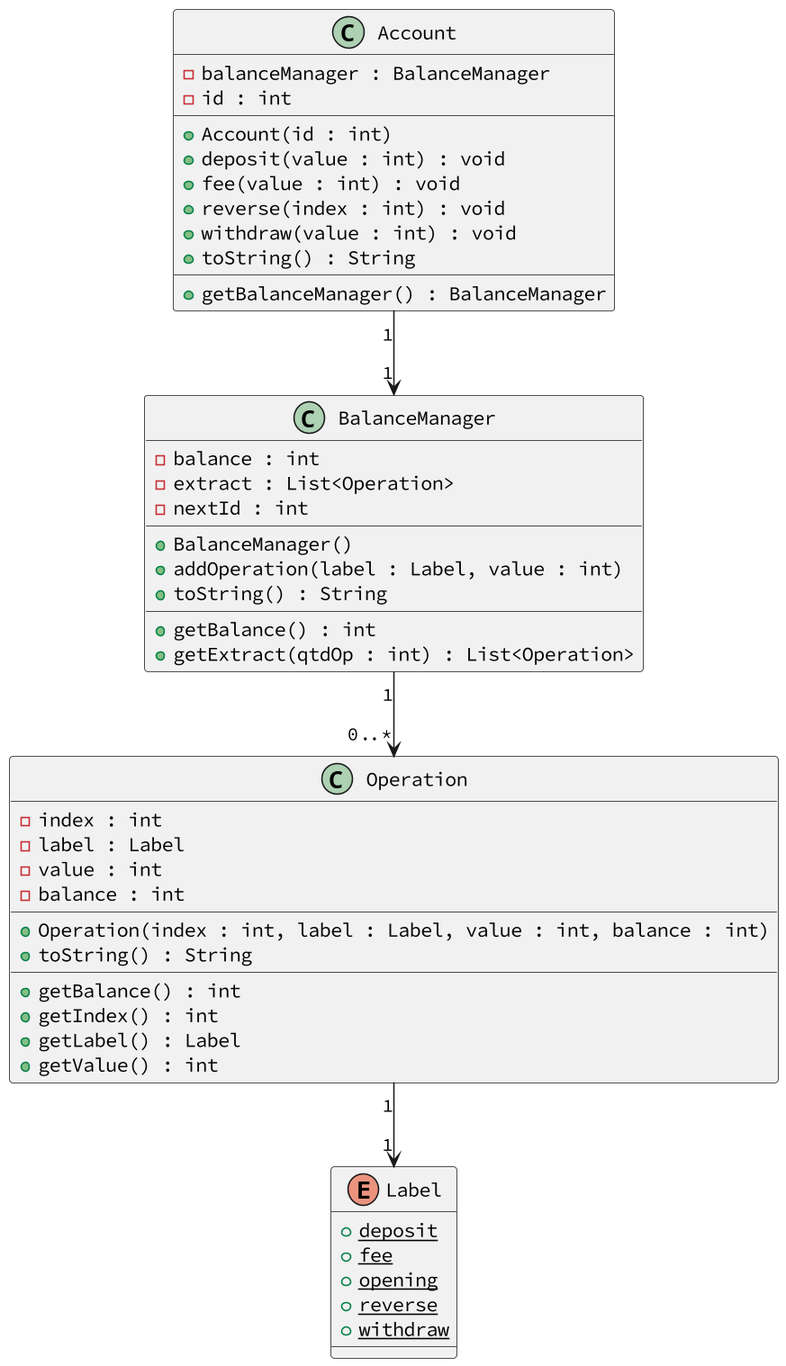
Earlier version of the PlantUML export base/007/diagrama.png (qxcodepoo/arcade).
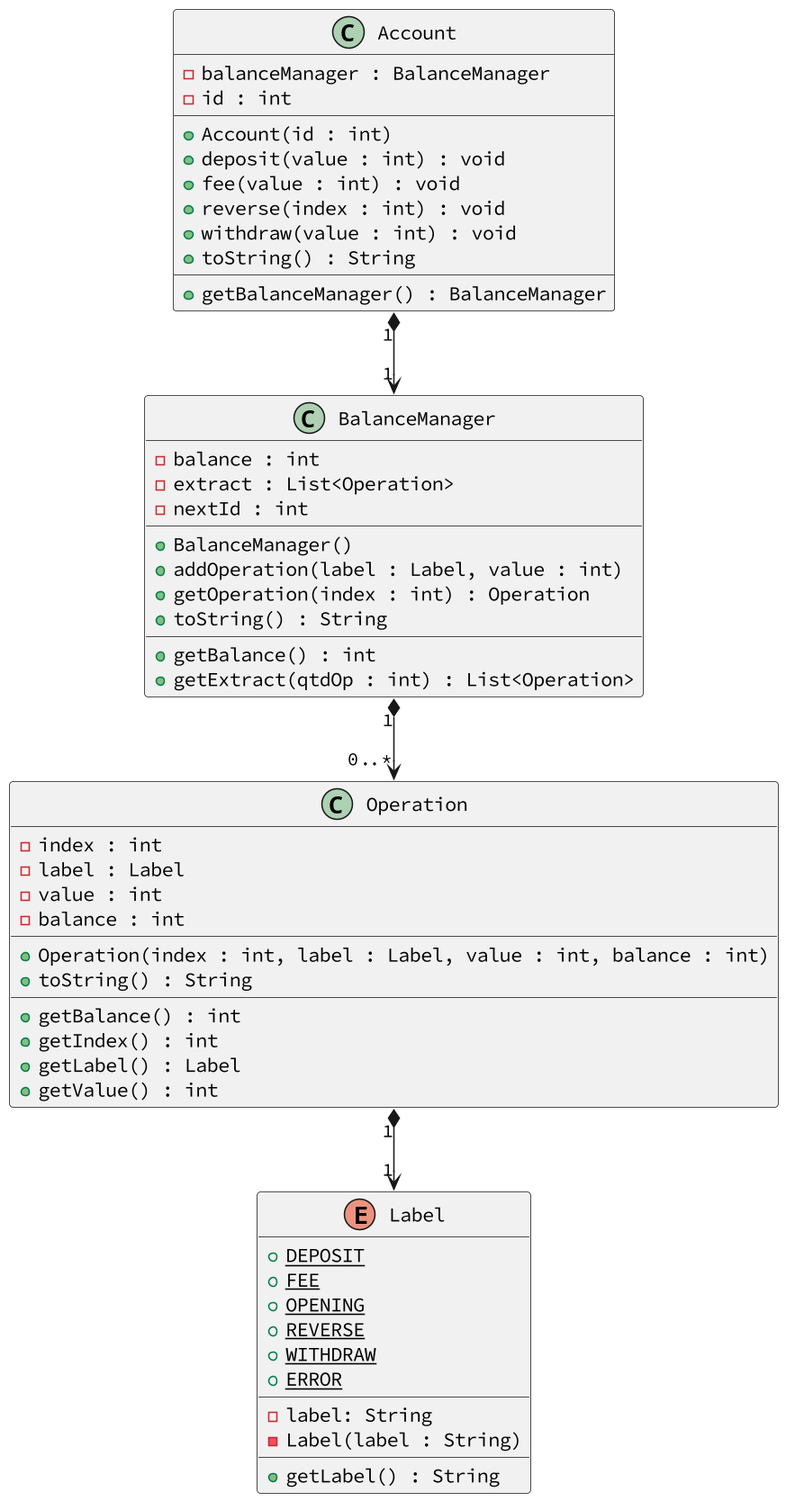
Later version of the same file.

Diff of the diagram source:
```diff
@@ -1,37 +1,18 @@
 @startuml
 skinparam defaultFontName Hasklig
 skinparam dpi 150
-class Account {
-  - balanceManager : BalanceManager
-  - id : int
+enum Label {
+  + DEPOSIT {static}
+  + FEE {static}
+  + OPENING {static}
+  + REVERSE {static}
+  + WITHDRAW {static}
+  + ERROR {static}
   __
-  + Account(id : int)
-  + deposit(value : int) : void
-  + fee(value : int) : void
-  + reverse(index : int) : void
-  + withdraw(value : int) : void
-  + toString() : String
+  - label: String
+  - Label(label : String)
   __
-  + getBalanceManager() : BalanceManager
-}
-class BalanceManager {
-  - balance : int
-  - extract : List<Operation>
-  - nextId : int
-  __
-  + BalanceManager()
-  + addOperation(label : Label, value : int)
-  + toString() : String
-  __
-  + getBalance() : int
-  + getExtract(qtdOp : int) : List<Operation>
-}
-enum Label {
-  + deposit {static}
-  + fee {static}
-  + opening {static}
-  + reverse {static}
-  + withdraw {static}
+  + getLabel() : String
 }
 class Operation {
   - index : int
@@ -47,7 +28,33 @@
   + getLabel() : Label
   + getValue() : int
 }
-Account "1" -->  "1" BalanceManager
-BalanceManager "1" -->  "0..*" Operation
-Operation "1" -->  "1" Label
+class BalanceManager {
+  - balance : int
+  - extract : List<Operation>
+  - nextId : int
+  __
+  + BalanceManager()
+  + addOperation(label : Label, value : int)
+  + getOperation(index : int) : Operation
+  + toString() : String
+  __
+  + getBalance() : int
+  + getExtract(qtdOp : int) : List<Operation>
+}
+class Account {
+  - balanceManager : BalanceManager
+  - id : int
+  __
+  + Account(id : int)
+  + deposit(value : int) : void
+  + fee(value : int) : void
+  + reverse(index : int) : void
+  + withdraw(value : int) : void
+  + toString() : String
+  __
+  + getBalanceManager() : BalanceManager
+}
+Operation "1" *-->  "1" Label
+BalanceManager "1" *-->  "0..*" Operation
+Account "1" *-->  "1" BalanceManager
 @enduml
```
